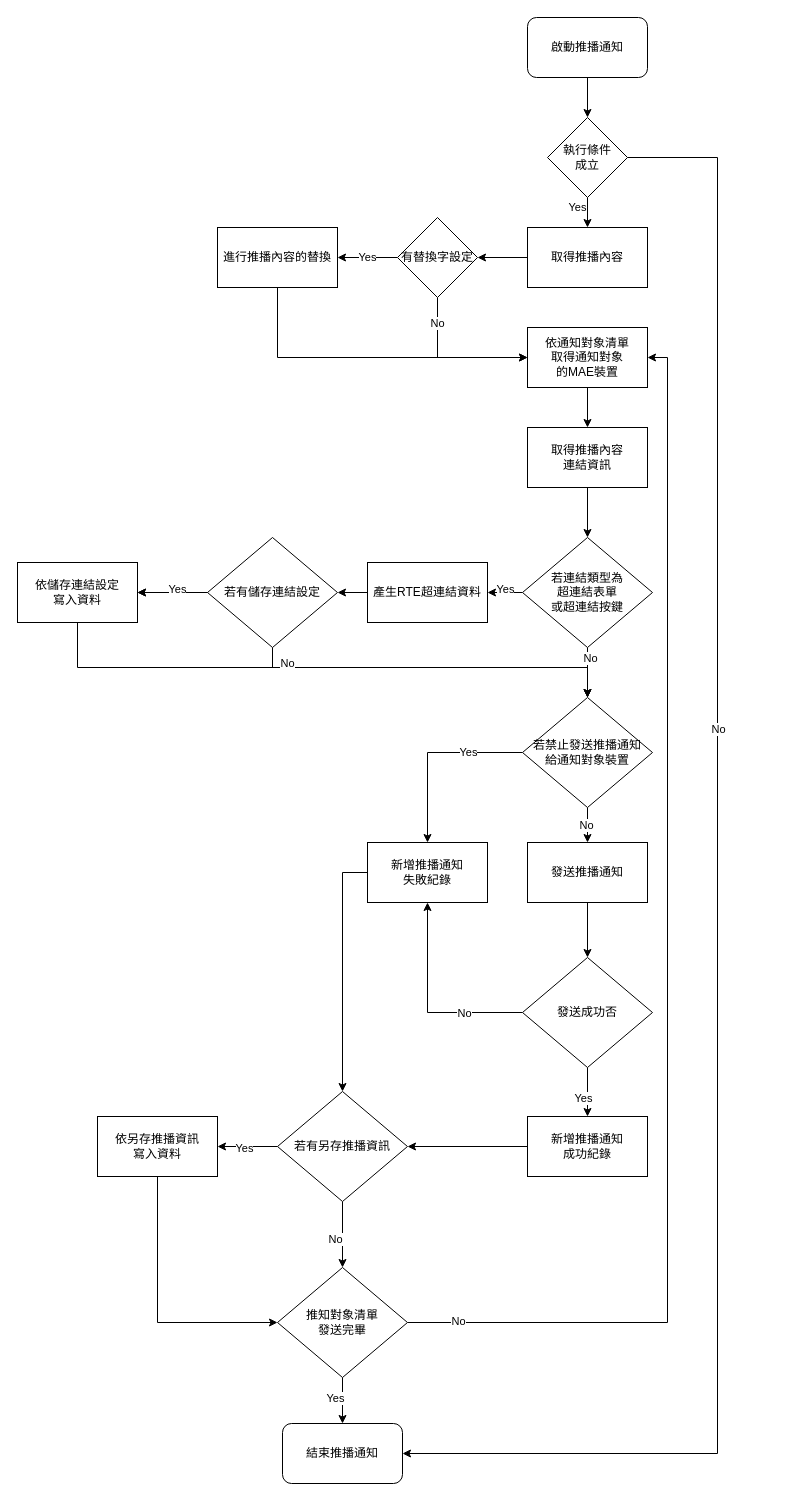
The draw.io diagram page "RTE發送推播通知流程" (5 of 7) of 8.10.0/UPDATE/ITEM_2/RTE/diagram/推播通知案例模擬.drawio in ArcareRD/sadocs, before the edit. Source tidied: cells renumbered, new cells numbered last; positions are measured from the earlier drawing's top-left corner, leaving out a move shared by most shapes. Both pictures are drawn from the tidied source at 100%, with x=0, y=0 at pixel (17, 17).
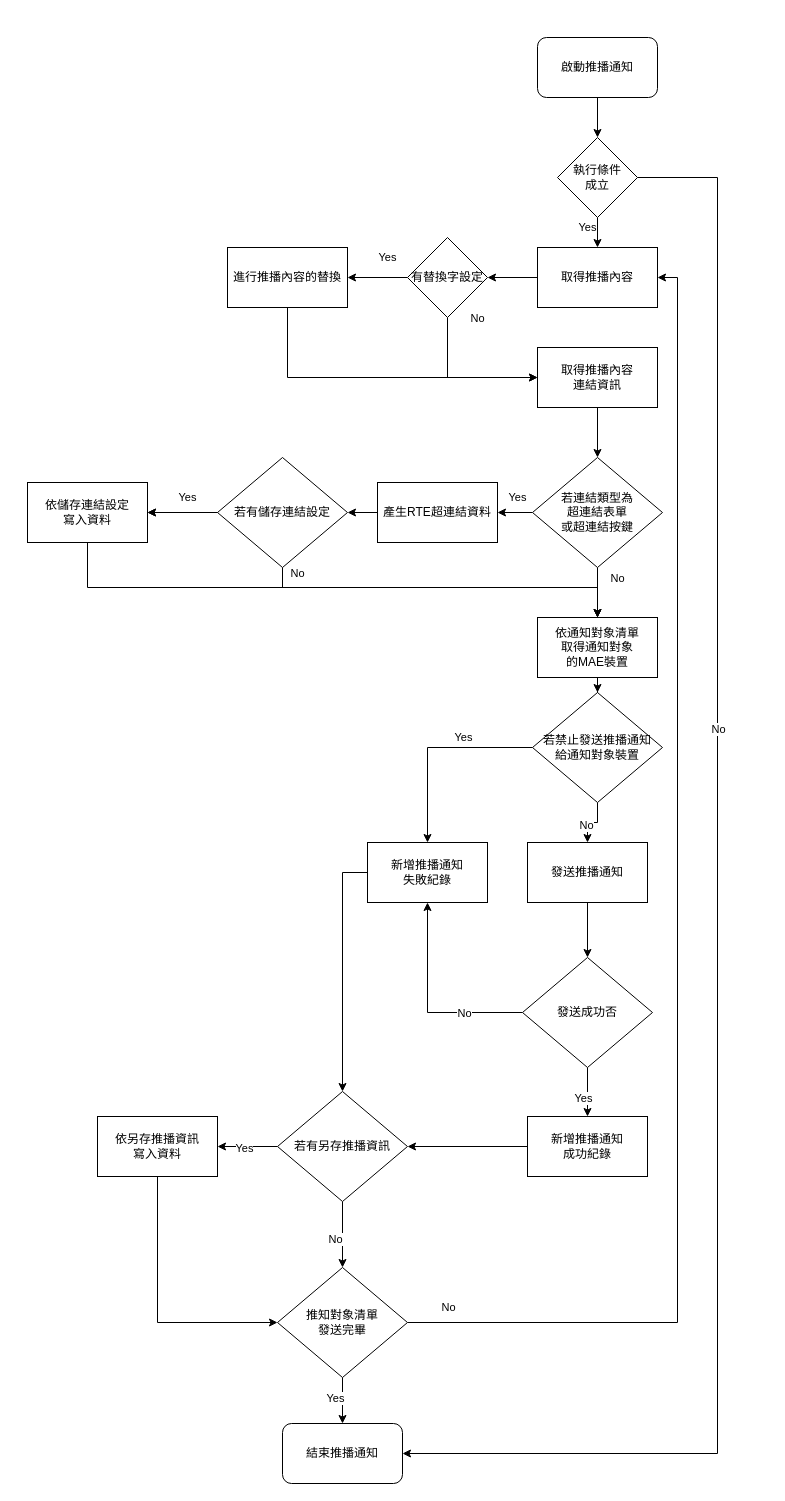
The same page after the edit.

Commit message (it also covers changes not shown here):
推播通知流程修正

Unchanged cells that the change refers to:
```xml
<mxCell id="20" value="推知對象清單&lt;br&gt;發送完畢" style="rhombus;whiteSpace=wrap;html=1;" parent="1" vertex="1">
  <mxGeometry x="260" y="1250" width="130" height="110" as="geometry" />
</mxCell>
<mxCell id="23" value="結束推播通知" style="rounded=1;whiteSpace=wrap;html=1;" parent="1" vertex="1">
  <mxGeometry x="265" y="1406" width="120" height="60" as="geometry" />
</mxCell>
```

The edit, as a diff of the source:
```diff
@@
-    <mxCell id="2" style="edgeStyle=orthogonalEdgeStyle;rounded=0;jettySize=auto;html=1;" parent="1" edge="1" source="3" target="31">
-      <mxGeometry relative="1" as="geometry" />
-    </mxCell>
+    <mxCell id="66" style="edgeStyle=orthogonalEdgeStyle;rounded=0;jettySize=auto;html=1;" parent="1" edge="1" source="3" target="8">
+      <mxGeometry relative="1" as="geometry" />
+    </mxCell>
-    <mxCell id="3" value="依通知對象清單&lt;br&gt;取得通知對象&lt;br&gt;的MAE裝置" style="whiteSpace=wrap;html=1;" parent="1" vertex="1">
-      <mxGeometry x="510" y="310" width="120" height="60" as="geometry" />
+    <mxCell id="3" value="&lt;span&gt;依通知對象清單&lt;/span&gt;&lt;br&gt;&lt;span&gt;取得通知對象&lt;/span&gt;&lt;br&gt;&lt;span&gt;的MAE裝置&lt;/span&gt;" style="rounded=0;whiteSpace=wrap;html=1;" parent="1" vertex="1">
+      <mxGeometry x="520" y="600" width="120" height="60" as="geometry" />
     </mxCell>
@@
     <mxCell id="5" value="取得推播內容" style="whiteSpace=wrap;html=1;" parent="1" vertex="1">
-      <mxGeometry x="510" y="210" width="120" height="60" as="geometry" />
+      <mxGeometry x="520" y="230" width="120" height="60" as="geometry" />
     </mxCell>
@@
     <mxCell id="8" value="&lt;span&gt;若&lt;/span&gt;&lt;span&gt;禁止發送推播通知&lt;br&gt;給&lt;/span&gt;通知對象裝置&lt;span&gt;&lt;br&gt;&lt;/span&gt;" style="rhombus;whiteSpace=wrap;html=1;" parent="1" vertex="1">
-      <mxGeometry x="505" y="680" width="130" height="110" as="geometry" />
+      <mxGeometry x="515" y="675" width="130" height="110" as="geometry" />
     </mxCell>
@@
     <mxCell id="16" value="啟動推播通知" style="rounded=1;whiteSpace=wrap;html=1;" parent="1" vertex="1">
-      <mxGeometry x="510" width="120" height="60" as="geometry" />
+      <mxGeometry x="520" y="20" width="120" height="60" as="geometry" />
     </mxCell>
-    <mxCell id="17" style="edgeStyle=orthogonalEdgeStyle;rounded=0;jettySize=auto;html=1;entryX=1;entryY=0.5;entryDx=0;entryDy=0;exitX=1;exitY=0.5;exitDx=0;exitDy=0;" parent="1" edge="1" source="20" target="3">
-      <mxGeometry relative="1" as="geometry" />
+    <mxCell id="17" style="edgeStyle=orthogonalEdgeStyle;rounded=0;jettySize=auto;html=1;entryX=1;entryY=0.5;entryDx=0;entryDy=0;exitX=1;exitY=0.5;exitDx=0;exitDy=0;" parent="1" edge="1" source="20">
+      <mxGeometry relative="1" as="geometry">
+        <mxPoint x="640" y="260" as="targetPoint" />
+        <Array as="points">
+          <mxPoint x="660" y="1305" />
+          <mxPoint x="660" y="260" />
+        </Array>
+      </mxGeometry>
     </mxCell>
     <mxCell id="18" value="No" style="edgeLabel;html=1;align=center;verticalAlign=middle;" parent="17" vertex="1">
       <mxGeometry x="0.1" y="-3" relative="1" as="geometry">
-        <mxPoint x="-213" y="423" as="offset" />
+        <mxPoint x="-233" y="448" as="offset" />
       </mxGeometry>
     </mxCell>
@@
     <mxCell id="27" value="Yes" style="edgeLabel;html=1;align=center;verticalAlign=middle;" parent="1" vertex="1">
-      <mxGeometry x="640" y="795" as="geometry">
+      <mxGeometry x="635" y="780" as="geometry">
         <mxPoint x="-190" y="-61" as="offset" />
       </mxGeometry>
     </mxCell>
@@
     <mxCell id="31" value="取得推播內容&lt;br&gt;連結資訊" style="whiteSpace=wrap;html=1;" parent="1" vertex="1">
-      <mxGeometry x="510" y="410" width="120" height="60" as="geometry" />
+      <mxGeometry x="520" y="330" width="120" height="60" as="geometry" />
     </mxCell>
@@
-    <mxCell id="33" style="edgeStyle=orthogonalEdgeStyle;rounded=0;jettySize=auto;html=1;" parent="1" edge="1" source="35" target="8">
+    <mxCell id="33" style="edgeStyle=orthogonalEdgeStyle;rounded=0;jettySize=auto;html=1;" parent="1" edge="1" source="35">
       <mxGeometry relative="1" as="geometry">
+        <mxPoint x="580" y="600" as="targetPoint" />
         <Array as="points">
-          <mxPoint x="255" y="650" />
-          <mxPoint x="570" y="650" />
+          <mxPoint x="265" y="570" />
+          <mxPoint x="580" y="570" />
         </Array>
       </mxGeometry>
     </mxCell>
@@
     <mxCell id="35" value="若有儲存連結設定" style="rhombus;whiteSpace=wrap;html=1;" parent="1" vertex="1">
-      <mxGeometry x="190" y="520" width="130" height="110" as="geometry" />
+      <mxGeometry x="200" y="440" width="130" height="110" as="geometry" />
     </mxCell>
-    <mxCell id="36" style="edgeStyle=orthogonalEdgeStyle;rounded=0;jettySize=auto;html=1;entryX=0.5;entryY=0;entryDx=0;entryDy=0;" parent="1" edge="1" source="37" target="8">
+    <mxCell id="36" style="edgeStyle=orthogonalEdgeStyle;rounded=0;jettySize=auto;html=1;" parent="1" edge="1" source="37" target="3">
       <mxGeometry relative="1" as="geometry">
         <Array as="points">
-          <mxPoint x="60" y="650" />
-          <mxPoint x="570" y="650" />
+          <mxPoint x="70" y="570" />
+          <mxPoint x="580" y="570" />
         </Array>
       </mxGeometry>
     </mxCell>
     <mxCell id="37" value="依儲存連結設定&lt;br&gt;寫入資料" style="whiteSpace=wrap;html=1;" parent="1" vertex="1">
-      <mxGeometry y="545" width="120" height="60" as="geometry" />
+      <mxGeometry x="10" y="465" width="120" height="60" as="geometry" />
     </mxCell>
@@
     <mxCell id="45" value="No" style="edgeLabel;html=1;align=center;verticalAlign=middle;" parent="1" vertex="1">
-      <mxGeometry x="360" y="885" as="geometry">
+      <mxGeometry x="370" y="795" as="geometry">
         <mxPoint x="-91" y="-240" as="offset" />
       </mxGeometry>
     </mxCell>
     <mxCell id="46" value="Yes" style="edgeLabel;html=1;align=center;verticalAlign=middle;" parent="1" vertex="1">
-      <mxGeometry x="340" y="902" as="geometry">
+      <mxGeometry x="350" y="810" as="geometry">
         <mxPoint x="-181" y="-331" as="offset" />
       </mxGeometry>
     </mxCell>
@@
     <mxCell id="48" style="edgeStyle=orthogonalEdgeStyle;rounded=0;jettySize=auto;html=1;entryX=1;entryY=0.5;entryDx=0;entryDy=0;exitX=1;exitY=0.5;exitDx=0;exitDy=0;" parent="1" edge="1" source="49" target="23">
       <mxGeometry relative="1" as="geometry">
         <Array as="points">
-          <mxPoint x="700" y="140" />
+          <mxPoint x="700" y="160" />
           <mxPoint x="700" y="1436" />
         </Array>
       </mxGeometry>
     </mxCell>
     <mxCell id="49" value="執行條件&lt;br&gt;成立" style="rhombus;whiteSpace=wrap;html=1;" parent="1" vertex="1">
-      <mxGeometry x="530" y="100" width="80" height="80" as="geometry" />
+      <mxGeometry x="540" y="120" width="80" height="80" as="geometry" />
     </mxCell>
     <mxCell id="50" value="Yes" style="edgeLabel;html=1;align=center;verticalAlign=middle;" parent="1" vertex="1">
-      <mxGeometry x="740" y="520" as="geometry">
+      <mxGeometry x="750" y="540" as="geometry">
         <mxPoint x="-181" y="-331" as="offset" />
       </mxGeometry>
     </mxCell>
@@
-    <mxCell id="53" style="edgeStyle=orthogonalEdgeStyle;rounded=0;jettySize=auto;html=1;" parent="1" edge="1" source="54">
-      <mxGeometry relative="1" as="geometry">
-        <mxPoint x="570" y="680" as="targetPoint" />
-      </mxGeometry>
-    </mxCell>
+    <mxCell id="67" style="edgeStyle=orthogonalEdgeStyle;rounded=0;jettySize=auto;html=1;" parent="1" edge="1" source="54" target="3">
+      <mxGeometry relative="1" as="geometry" />
+    </mxCell>
     <mxCell id="54" value="若連結類型為&lt;br&gt;超連結表單&lt;br&gt;或超連結按鍵" style="rhombus;whiteSpace=wrap;html=1;" parent="1" vertex="1">
-      <mxGeometry x="505" y="520" width="130" height="110" as="geometry" />
+      <mxGeometry x="515" y="440" width="130" height="110" as="geometry" />
     </mxCell>
@@
     <mxCell id="56" value="產生RTE超連結資料" style="whiteSpace=wrap;html=1;" parent="1" vertex="1">
-      <mxGeometry x="350" y="545" width="120" height="60" as="geometry" />
+      <mxGeometry x="360" y="465" width="120" height="60" as="geometry" />
     </mxCell>
     <mxCell id="57" value="Yes" style="edgeLabel;html=1;align=center;verticalAlign=middle;" parent="1" vertex="1">
-      <mxGeometry x="668" y="902" as="geometry">
+      <mxGeometry x="680" y="810" as="geometry">
         <mxPoint x="-181" y="-331" as="offset" />
       </mxGeometry>
     </mxCell>
     <mxCell id="58" value="No" style="edgeLabel;html=1;align=center;verticalAlign=middle;" parent="1" vertex="1">
-      <mxGeometry x="663" y="880" as="geometry">
+      <mxGeometry x="690" y="800" as="geometry">
         <mxPoint x="-91" y="-240" as="offset" />
       </mxGeometry>
     </mxCell>
@@
-    <mxCell id="60" style="edgeStyle=orthogonalEdgeStyle;rounded=0;jettySize=auto;html=1;entryX=0;entryY=0.5;entryDx=0;entryDy=0;exitX=0.5;exitY=1;exitDx=0;exitDy=0;" parent="1" edge="1" source="61" target="3">
+    <mxCell id="60" style="edgeStyle=orthogonalEdgeStyle;rounded=0;jettySize=auto;html=1;exitX=0.5;exitY=1;exitDx=0;exitDy=0;entryX=0;entryY=0.5;entryDx=0;entryDy=0;" parent="1" edge="1" source="61" target="31">
       <mxGeometry relative="1" as="geometry" />
     </mxCell>
     <mxCell id="61" value="有替換字設定" style="rhombus;whiteSpace=wrap;html=1;" parent="1" vertex="1">
-      <mxGeometry x="380" y="200" width="80" height="80" as="geometry" />
+      <mxGeometry x="390" y="220" width="80" height="80" as="geometry" />
     </mxCell>
-    <mxCell id="62" style="edgeStyle=orthogonalEdgeStyle;rounded=0;jettySize=auto;html=1;entryX=0;entryY=0.5;entryDx=0;entryDy=0;exitX=0.5;exitY=1;exitDx=0;exitDy=0;" parent="1" edge="1" source="63" target="3">
+    <mxCell id="62" style="edgeStyle=orthogonalEdgeStyle;rounded=0;jettySize=auto;html=1;exitX=0.5;exitY=1;exitDx=0;exitDy=0;entryX=0;entryY=0.5;entryDx=0;entryDy=0;" parent="1" edge="1" source="63" target="31">
       <mxGeometry relative="1" as="geometry" />
     </mxCell>
     <mxCell id="63" value="進行推播內容的替換" style="whiteSpace=wrap;html=1;" parent="1" vertex="1">
-      <mxGeometry x="200" y="210" width="120" height="60" as="geometry" />
+      <mxGeometry x="210" y="230" width="120" height="60" as="geometry" />
     </mxCell>
     <mxCell id="64" value="No" style="edgeLabel;html=1;align=center;verticalAlign=middle;" parent="1" vertex="1">
-      <mxGeometry x="510" y="545" as="geometry">
+      <mxGeometry x="550" y="540" as="geometry">
         <mxPoint x="-91" y="-240" as="offset" />
       </mxGeometry>
     </mxCell>
     <mxCell id="65" value="Yes" style="edgeLabel;html=1;align=center;verticalAlign=middle;" parent="1" vertex="1">
-      <mxGeometry x="530" y="570" as="geometry">
+      <mxGeometry x="550" y="570" as="geometry">
         <mxPoint x="-181" y="-331" as="offset" />
       </mxGeometry>
     </mxCell>
```
